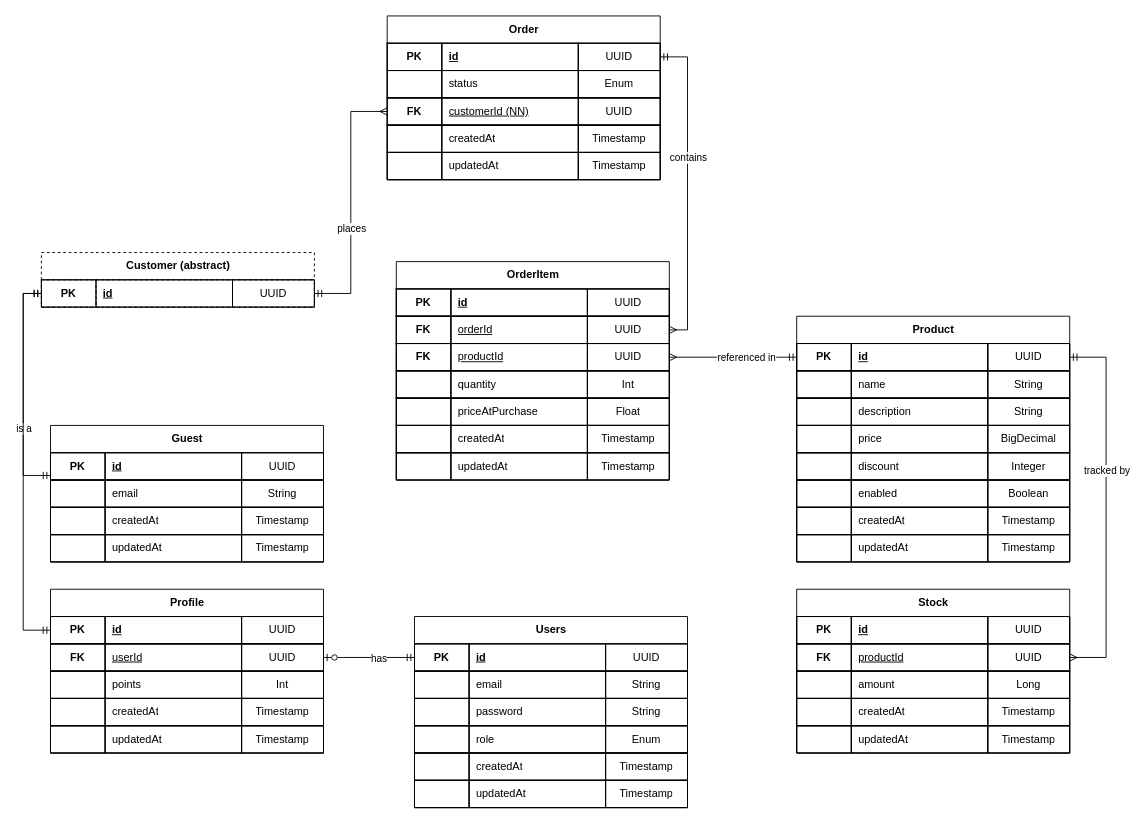
Earlier version of the draw.io diagram docs/erd.drawio (Bulgaria2026/MicroMarketApi). Source tidied: cells renumbered, new cells numbered last; positions are measured from the earlier drawing's top-left corner, leaving out a move shared by most shapes. Both pictures are drawn from the tidied source at 91%, with x=0, y=0 at pixel (23, 15).
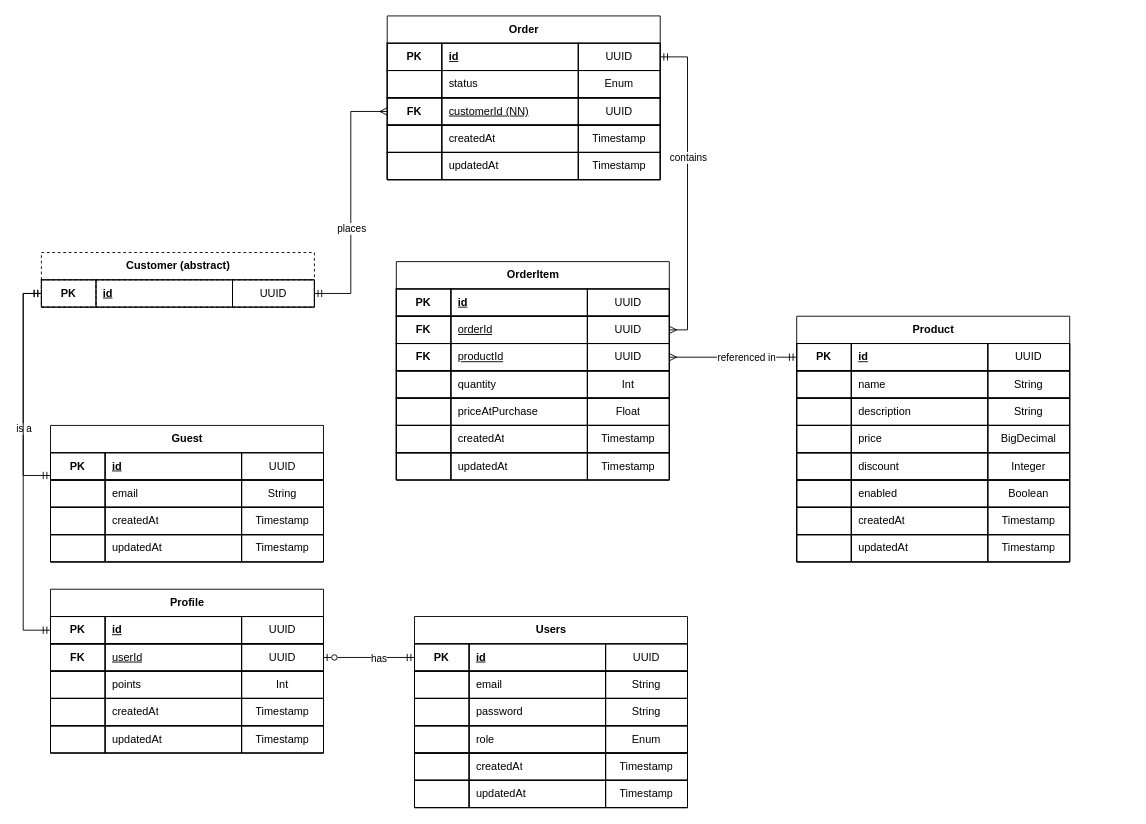
The same diagram, later.

The change refers to these unchanged cells:
```xml
<mxCell id="121" style="shape=tableRow;horizontal=0;startSize=0;swimlaneHead=0;swimlaneBody=0;fillColor=none;points=[[0,0.5],[1,0.5]];portConstraint=eastwest;" parent="120" vertex="1">
  <mxGeometry y="30" width="300" height="30" as="geometry" />
</mxCell>
```

What changed in the source:
```diff
@@
-    <mxCell id="153" value="Stock" style="shape=table;startSize=30;childLayout=tableLayout;rowLines=1;fontStyle=1;align=center;html=1;" parent="1" vertex="1">
-      <mxGeometry x="850" y="630" width="300" height="180" as="geometry" />
-    </mxCell>
-    <mxCell id="154" style="shape=tableRow;horizontal=0;startSize=0;swimlaneHead=0;swimlaneBody=0;fillColor=none;" parent="153" vertex="1">
-      <mxGeometry y="30" width="300" height="30" as="geometry" />
-    </mxCell>
-    <mxCell id="155" value="PK" style="shape=partialRectangle;fillColor=none;align=center;verticalAlign=middle;fontStyle=1;overflow=hidden;whiteSpace=wrap;html=1;" parent="154" vertex="1">
-      <mxGeometry width="60" height="30" as="geometry" />
-    </mxCell>
-    <mxCell id="156" value="id" style="shape=partialRectangle;fillColor=none;align=left;verticalAlign=middle;fontStyle=5;spacingLeft=6;overflow=hidden;whiteSpace=wrap;html=1;" parent="154" vertex="1">
-      <mxGeometry x="60" width="150" height="30" as="geometry" />
-    </mxCell>
-    <mxCell id="157" value="UUID" style="shape=partialRectangle;fillColor=none;align=center;verticalAlign=middle;overflow=hidden;whiteSpace=wrap;html=1;" parent="154" vertex="1">
-      <mxGeometry x="210" width="90" height="30" as="geometry" />
-    </mxCell>
-    <mxCell id="158" style="shape=tableRow;horizontal=0;startSize=0;swimlaneHead=0;swimlaneBody=0;fillColor=none;points=[[0,0.5],[1,0.5]];portConstraint=eastwest;" parent="153" vertex="1">
-      <mxGeometry y="60" width="300" height="30" as="geometry" />
-    </mxCell>
-    <mxCell id="159" value="FK" style="shape=partialRectangle;fillColor=none;align=center;verticalAlign=middle;fontStyle=1;overflow=hidden;whiteSpace=wrap;html=1;" parent="158" vertex="1">
-      <mxGeometry width="60" height="30" as="geometry" />
-    </mxCell>
-    <mxCell id="160" value="productId" style="shape=partialRectangle;fillColor=none;align=left;verticalAlign=middle;fontStyle=4;spacingLeft=6;overflow=hidden;whiteSpace=wrap;html=1;" parent="158" vertex="1">
-      <mxGeometry x="60" width="150" height="30" as="geometry" />
-    </mxCell>
-    <mxCell id="161" value="UUID" style="shape=partialRectangle;fillColor=none;align=center;verticalAlign=middle;overflow=hidden;whiteSpace=wrap;html=1;" parent="158" vertex="1">
-      <mxGeometry x="210" width="90" height="30" as="geometry" />
-    </mxCell>
-    <mxCell id="162" style="shape=tableRow;horizontal=0;startSize=0;swimlaneHead=0;swimlaneBody=0;fillColor=none;" parent="153" vertex="1">
-      <mxGeometry y="90" width="300" height="30" as="geometry" />
-    </mxCell>
-    <mxCell id="163" style="shape=partialRectangle;fillColor=none;align=center;verticalAlign=middle;overflow=hidden;whiteSpace=wrap;html=1;" parent="162" vertex="1">
-      <mxGeometry width="60" height="30" as="geometry" />
-    </mxCell>
-    <mxCell id="164" value="amount" style="shape=partialRectangle;fillColor=none;align=left;verticalAlign=middle;spacingLeft=6;overflow=hidden;whiteSpace=wrap;html=1;" parent="162" vertex="1">
-      <mxGeometry x="60" width="150" height="30" as="geometry" />
-    </mxCell>
-    <mxCell id="165" value="Long" style="shape=partialRectangle;fillColor=none;align=center;verticalAlign=middle;overflow=hidden;whiteSpace=wrap;html=1;" parent="162" vertex="1">
-      <mxGeometry x="210" width="90" height="30" as="geometry" />
-    </mxCell>
-    <mxCell id="166" style="shape=tableRow;horizontal=0;startSize=0;swimlaneHead=0;swimlaneBody=0;fillColor=none;" parent="153" vertex="1">
-      <mxGeometry y="120" width="300" height="30" as="geometry" />
-    </mxCell>
-    <mxCell id="167" style="shape=partialRectangle;fillColor=none;align=center;verticalAlign=middle;overflow=hidden;whiteSpace=wrap;html=1;" parent="166" vertex="1">
-      <mxGeometry width="60" height="30" as="geometry" />
-    </mxCell>
-    <mxCell id="168" value="createdAt" style="shape=partialRectangle;fillColor=none;align=left;verticalAlign=middle;spacingLeft=6;overflow=hidden;whiteSpace=wrap;html=1;" parent="166" vertex="1">
-      <mxGeometry x="60" width="150" height="30" as="geometry" />
-    </mxCell>
-    <mxCell id="169" value="Timestamp" style="shape=partialRectangle;fillColor=none;align=center;verticalAlign=middle;overflow=hidden;whiteSpace=wrap;html=1;" parent="166" vertex="1">
-      <mxGeometry x="210" width="90" height="30" as="geometry" />
-    </mxCell>
-    <mxCell id="170" style="shape=tableRow;horizontal=0;startSize=0;swimlaneHead=0;swimlaneBody=0;fillColor=none;" parent="153" vertex="1">
-      <mxGeometry y="150" width="300" height="30" as="geometry" />
-    </mxCell>
-    <mxCell id="171" style="shape=partialRectangle;fillColor=none;align=center;verticalAlign=middle;overflow=hidden;whiteSpace=wrap;html=1;" parent="170" vertex="1">
-      <mxGeometry width="60" height="30" as="geometry" />
-    </mxCell>
-    <mxCell id="172" value="updatedAt" style="shape=partialRectangle;fillColor=none;align=left;verticalAlign=middle;spacingLeft=6;overflow=hidden;whiteSpace=wrap;html=1;" parent="170" vertex="1">
-      <mxGeometry x="60" width="150" height="30" as="geometry" />
-    </mxCell>
-    <mxCell id="173" value="Timestamp" style="shape=partialRectangle;fillColor=none;align=center;verticalAlign=middle;overflow=hidden;whiteSpace=wrap;html=1;" parent="170" vertex="1">
-      <mxGeometry x="210" width="90" height="30" as="geometry" />
-    </mxCell>
@@
-    <mxCell id="185" style="edgeStyle=orthogonalEdgeStyle;rounded=0;jettySize=auto;html=1;endArrow=ERmany;endFill=0;startArrow=ERmandOne;startFill=0;exitX=1;exitY=0.5;exitDx=0;exitDy=0;" parent="1" edge="1" source="121" target="158">
-      <mxGeometry relative="1" as="geometry">
-        <Array as="points">
-          <mxPoint x="1190" y="375" />
-          <mxPoint x="1190" y="705" />
-        </Array>
-      </mxGeometry>
-    </mxCell>
-    <mxCell id="186" value="tracked by" style="edgeLabel;html=1;align=center;verticalAlign=middle;" parent="185" vertex="1">
-      <mxGeometry x="-0.2" relative="1" as="geometry" />
-    </mxCell>
```
